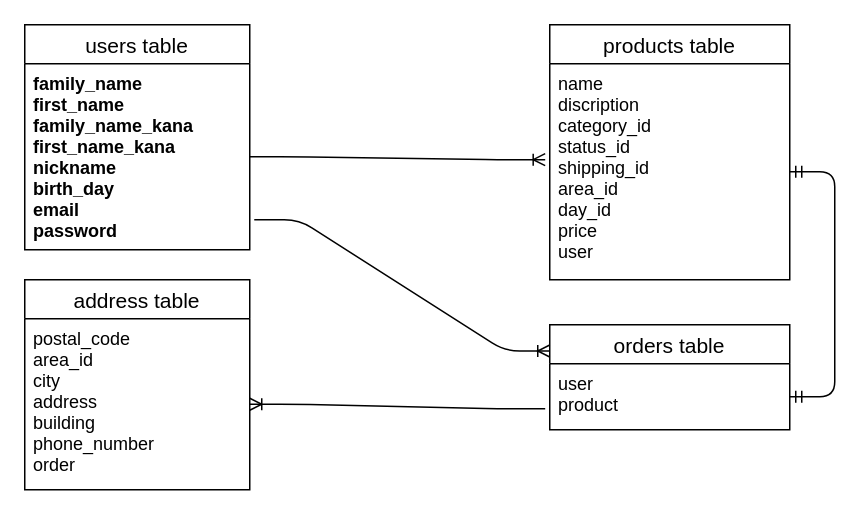
The draw.io diagram furima.dio in y-kengo/furima_32847, before the edit. Source tidied: cells renumbered, new cells numbered last; positions are measured from the earlier drawing's top-left corner, leaving out a move shared by most shapes. Both pictures are drawn from the tidied source at 150%, with x=0, y=0 at pixel (24, 24).
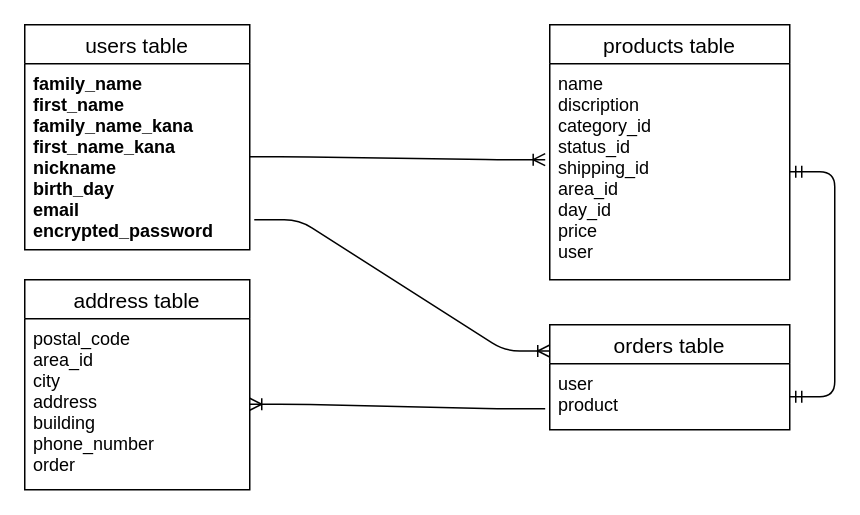
The same page after the edit.

Change to the diagram source:
```diff
@@
 <mxGraphModel>
   <root>
     <mxCell id="0" />
     <mxCell id="1" parent="0" />
     <mxCell id="2" value="users table" style="swimlane;fontStyle=0;horizontal=1;startSize=26;align=center;fontSize=14;" parent="1" vertex="1">
       <mxGeometry width="150" height="150" as="geometry" />
     </mxCell>
-    <mxCell id="3" value="family_name&#10;first_name&#10;family_name_kana&#10;first_name_kana&#10;nickname&#10;birth_day&#10;email &#10;password&#10;&#10;&#10;&#10;&#10;&#10;" style="text;strokeColor=none;fillColor=none;spacingLeft=4;spacingRight=4;overflow=hidden;points=[[0,0.5],[1,0.5]];portConstraint=eastwest;fontSize=12;fontStyle=1;" parent="2" vertex="1">
+    <mxCell id="3" value="family_name&#10;first_name&#10;family_name_kana&#10;first_name_kana&#10;nickname&#10;birth_day&#10;email &#10;encrypted_password&#10;&#10;&#10;&#10;&#10;&#10;" style="text;strokeColor=none;fillColor=none;spacingLeft=4;spacingRight=4;overflow=hidden;points=[[0,0.5],[1,0.5]];portConstraint=eastwest;fontSize=12;fontStyle=1;" parent="2" vertex="1">
       <mxGeometry y="26" width="150" height="124" as="geometry" />
     </mxCell>
     <mxCell id="4" value="products table" style="swimlane;fontStyle=0;horizontal=1;startSize=26;align=center;fontSize=14;" parent="1" vertex="1">
       <mxGeometry x="350" width="160" height="170" as="geometry" />
     </mxCell>
     <mxCell id="5" value="name&#10;discription&#10;category_id&#10;status_id&#10;shipping_id&#10;area_id&#10;day_id&#10;price&#10;user&#10;&#10;" style="text;strokeColor=none;fillColor=none;spacingLeft=4;spacingRight=4;overflow=hidden;points=[[0,0.5],[1,0.5]];portConstraint=eastwest;fontSize=12;" parent="4" vertex="1">
       <mxGeometry y="26" width="160" height="144" as="geometry" />
     </mxCell>
     <mxCell id="6" value="orders table" style="swimlane;fontStyle=0;horizontal=1;startSize=26;align=center;fontSize=14;" parent="1" vertex="1">
       <mxGeometry x="350" y="200" width="160" height="70" as="geometry" />
     </mxCell>
     <mxCell id="7" value="user&#10;product&#10;" style="text;strokeColor=none;fillColor=none;spacingLeft=4;spacingRight=4;overflow=hidden;points=[[0,0.5],[1,0.5]];portConstraint=eastwest;fontSize=12;" parent="6" vertex="1">
       <mxGeometry y="26" width="160" height="44" as="geometry" />
     </mxCell>
     <mxCell id="8" value="address table" style="swimlane;fontStyle=0;horizontal=1;startSize=26;align=center;fontSize=14;" parent="1" vertex="1">
       <mxGeometry y="170" width="150" height="140" as="geometry" />
     </mxCell>
     <mxCell id="9" value="postal_code&#10;area_id&#10;city&#10;address&#10;building&#10;phone_number&#10;order" style="text;strokeColor=none;fillColor=none;spacingLeft=4;spacingRight=4;overflow=hidden;points=[[0,0.5],[1,0.5]];portConstraint=eastwest;fontSize=12;" parent="8" vertex="1">
       <mxGeometry y="26" width="150" height="114" as="geometry" />
     </mxCell>
     <mxCell id="10" style="edgeStyle=entityRelationEdgeStyle;fontSize=12;html=1;endArrow=ERmandOne;startArrow=ERmandOne;entryX=1;entryY=0.5;entryDx=0;entryDy=0;exitX=1;exitY=0.5;exitDx=0;exitDy=0;" parent="1" edge="1" source="7" target="5">
       <mxGeometry relative="1" as="geometry" />
     </mxCell>
     <mxCell id="11" style="edgeStyle=entityRelationEdgeStyle;fontSize=12;html=1;endArrow=ERoneToMany;exitX=1;exitY=0.5;exitDx=0;exitDy=0;entryX=-0.019;entryY=0.444;entryDx=0;entryDy=0;entryPerimeter=0;" parent="1" edge="1" source="3" target="5">
       <mxGeometry relative="1" as="geometry" />
     </mxCell>
     <mxCell id="12" style="edgeStyle=entityRelationEdgeStyle;fontSize=12;html=1;endArrow=ERoneToMany;exitX=-0.019;exitY=0.682;exitDx=0;exitDy=0;entryX=1;entryY=0.5;entryDx=0;entryDy=0;exitPerimeter=0;" parent="1" edge="1" source="7" target="9">
       <mxGeometry relative="1" as="geometry" />
     </mxCell>
     <mxCell id="13" style="edgeStyle=entityRelationEdgeStyle;fontSize=12;html=1;endArrow=ERoneToMany;exitX=1.02;exitY=0.839;exitDx=0;exitDy=0;exitPerimeter=0;entryX=0;entryY=0.25;entryDx=0;entryDy=0;" parent="1" edge="1" source="3" target="6">
       <mxGeometry relative="1" as="geometry" />
     </mxCell>
   </root>
 </mxGraphModel>
```
